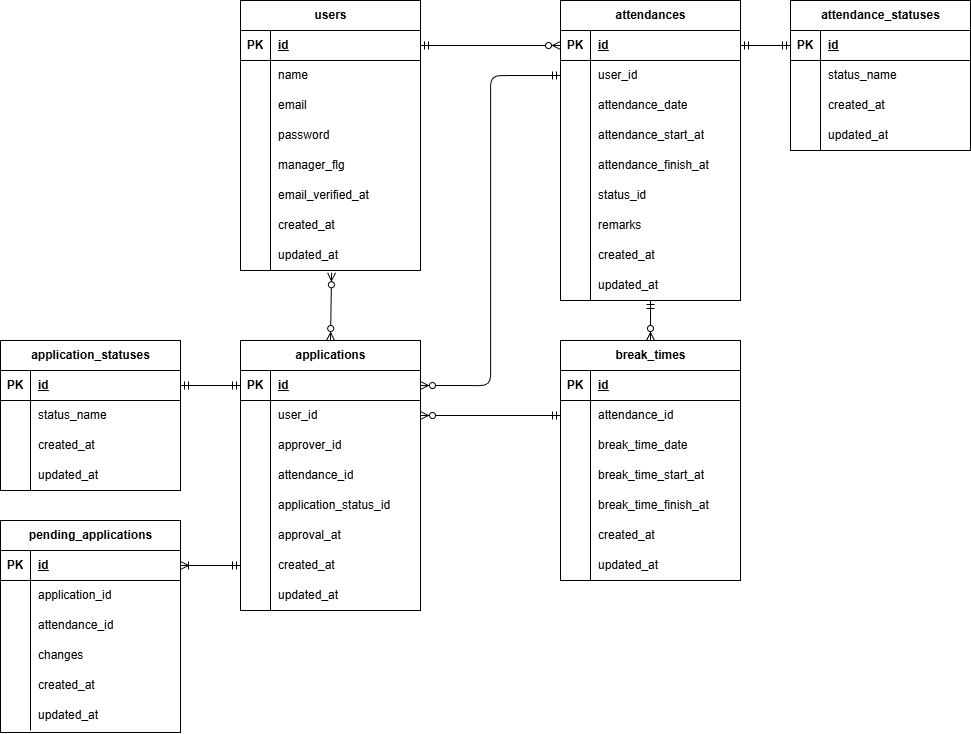
Before: attendance_management.drawio.png, a diagram exported from draw.io (Nakama624/attendance_management). Source tidied: cells renumbered, new cells last; positions are measured from the earlier drawing's top-left corner, leaving out a move shared by most shapes.
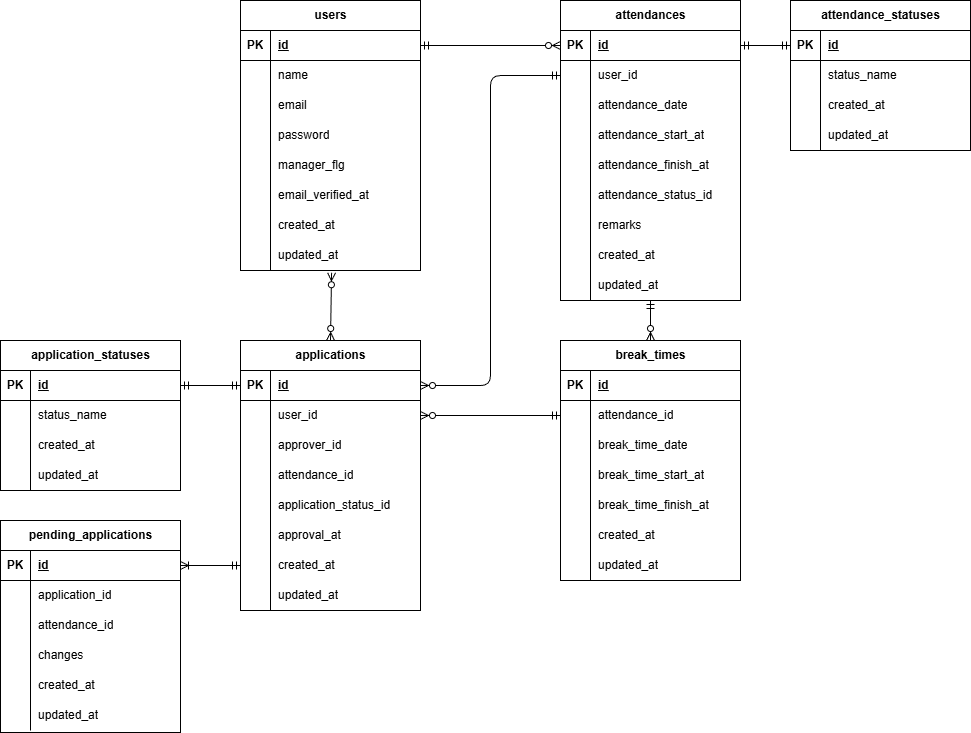
The same diagram one commit later.

The edit, as a diff of the source:
```diff
@@ -131,7 +131,7 @@
     <mxCell id="44" style="shape=partialRectangle;fillColor=none;top=0;left=0;bottom=0;right=0;overflow=hidden;whiteSpace=wrap;html=1;" parent="43" vertex="1">
       <mxGeometry width="30" height="30" as="geometry" />
     </mxCell>
-    <mxCell id="45" value="status_id" style="shape=partialRectangle;fillColor=none;top=0;left=0;bottom=0;right=0;align=left;spacingLeft=6;overflow=hidden;whiteSpace=wrap;html=1;" parent="43" vertex="1">
+    <mxCell id="45" value="attendance_status_id" style="shape=partialRectangle;fillColor=none;top=0;left=0;bottom=0;right=0;align=left;spacingLeft=6;overflow=hidden;whiteSpace=wrap;html=1;" parent="43" vertex="1">
       <mxGeometry x="30" width="150" height="30" as="geometry" />
     </mxCell>
     <mxCell id="46" style="shape=tableRow;horizontal=0;startSize=0;swimlaneHead=0;swimlaneBody=0;fillColor=none;top=0;left=0;right=0;bottom=0;" parent="27" vertex="1">
```
